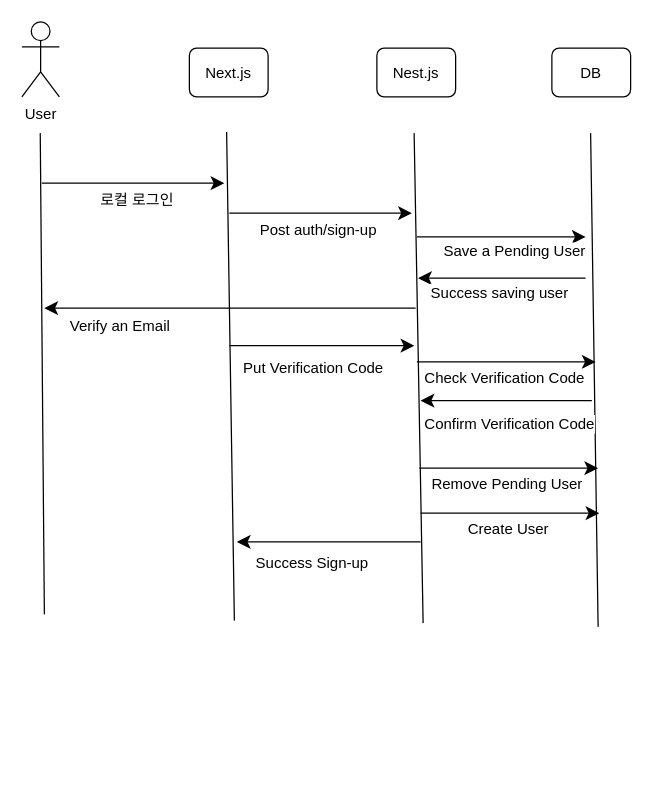
DOforTU/tulog-server keeps this draw.io diagram as docs/architecture/local_login.drawio. Above is the earlier version. Source tidied: cells renumbered, new cells numbered last; positions are measured from the earlier drawing's top-left corner, leaving out a move shared by most shapes. Both pictures are drawn from the tidied source at 125%, with x=0, y=0 at pixel (21, 21).
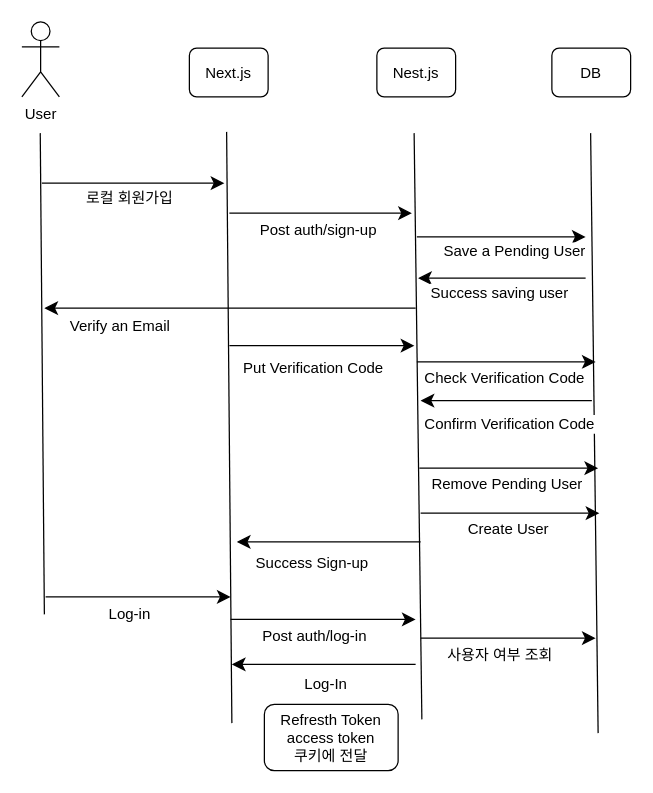
The same diagram, later.

The change refers to these unchanged cells:
```xml
<mxCell id="8" style="endArrow=classic;html=1;rounded=0;fontSize=12;startSize=8;endSize=8;curved=1;" parent="1" edge="1">
  <mxGeometry relative="1" as="geometry">
    <mxPoint x="16" y="129" as="sourcePoint" />
    <mxPoint x="162" y="129" as="targetPoint" />
  </mxGeometry>
</mxCell>
```

The edit, as a diff of the source:
```diff
@@
     <mxCell id="6" style="endArrow=none;html=1;rounded=0;fontSize=12;startSize=8;endSize=8;curved=1;" parent="1" edge="1">
       <mxGeometry relative="1" as="geometry">
-        <mxPoint x="170" y="479" as="sourcePoint" />
+        <mxPoint x="168" y="561" as="sourcePoint" />
         <mxPoint x="163.8" y="88" as="targetPoint" />
       </mxGeometry>
     </mxCell>
     <mxCell id="7" style="endArrow=none;html=1;rounded=0;fontSize=12;startSize=8;endSize=8;curved=1;" parent="1" edge="1">
       <mxGeometry relative="1" as="geometry">
-        <mxPoint x="321" y="481" as="sourcePoint" />
+        <mxPoint x="320" y="558" as="sourcePoint" />
         <mxPoint x="313.8" y="89" as="targetPoint" />
       </mxGeometry>
     </mxCell>
@@
-    <mxCell id="9" value="로컬 로그인" style="edgeLabel;html=1;align=center;verticalAlign=middle;fontSize=12;" parent="8" vertex="1">
-      <mxGeometry x="0.12" y="-3" relative="1" as="geometry">
-        <mxPoint x="-7" y="10" as="offset" />
-      </mxGeometry>
-    </mxCell>
+    <mxCell id="32" value="로컬 회원가입" style="edgeLabel;html=1;align=center;verticalAlign=middle;fontSize=12;" parent="8" vertex="1">
+      <mxGeometry x="-0.26" relative="1" as="geometry">
+        <mxPoint x="15" y="11" as="offset" />
+      </mxGeometry>
+    </mxCell>
@@
     <mxCell id="15" style="endArrow=none;html=1;rounded=0;fontSize=12;startSize=8;endSize=8;curved=1;" parent="1" edge="1">
       <mxGeometry relative="1" as="geometry">
-        <mxPoint x="461" y="484" as="sourcePoint" />
+        <mxPoint x="461" y="569" as="sourcePoint" />
         <mxPoint x="455" y="89" as="targetPoint" />
       </mxGeometry>
     </mxCell>
@@
+    <mxCell id="33" style="endArrow=classic;html=1;rounded=0;fontSize=12;startSize=8;endSize=8;curved=1;" parent="1" edge="1">
+      <mxGeometry relative="1" as="geometry">
+        <mxPoint x="19" y="460" as="sourcePoint" />
+        <mxPoint x="167" y="460" as="targetPoint" />
+      </mxGeometry>
+    </mxCell>
+    <mxCell id="34" value="Log-in" style="edgeLabel;html=1;align=center;verticalAlign=middle;fontSize=12;" parent="33" vertex="1">
+      <mxGeometry x="-0.45" y="-3" relative="1" as="geometry">
+        <mxPoint x="25" y="10" as="offset" />
+      </mxGeometry>
+    </mxCell>
+    <mxCell id="35" style="endArrow=classic;html=1;rounded=0;fontSize=12;startSize=8;endSize=8;curved=1;" parent="1" edge="1">
+      <mxGeometry relative="1" as="geometry">
+        <mxPoint x="167" y="478" as="sourcePoint" />
+        <mxPoint x="315" y="478" as="targetPoint" />
+      </mxGeometry>
+    </mxCell>
+    <mxCell id="36" value="Post auth/log-in" style="edgeLabel;html=1;align=center;verticalAlign=middle;fontSize=12;" parent="35" vertex="1">
+      <mxGeometry x="-0.45" y="-3" relative="1" as="geometry">
+        <mxPoint x="25" y="10" as="offset" />
+      </mxGeometry>
+    </mxCell>
+    <mxCell id="37" value="Refresth Token&lt;div&gt;access token&lt;/div&gt;&lt;div&gt;쿠키에 전달&lt;/div&gt;" style="rounded=1;whiteSpace=wrap;html=1;" parent="1" vertex="1">
+      <mxGeometry x="194" y="546" width="107" height="53" as="geometry" />
+    </mxCell>
+    <mxCell id="38" style="endArrow=classic;html=1;rounded=0;fontSize=12;startSize=8;endSize=8;curved=1;" parent="1" edge="1">
+      <mxGeometry relative="1" as="geometry">
+        <mxPoint x="315" y="514" as="sourcePoint" />
+        <mxPoint x="168" y="514" as="targetPoint" />
+      </mxGeometry>
+    </mxCell>
+    <mxCell id="39" value="Log-In" style="edgeLabel;html=1;align=center;verticalAlign=middle;fontSize=12;" parent="38" vertex="1">
+      <mxGeometry x="-0.45" y="-3" relative="1" as="geometry">
+        <mxPoint x="-33" y="18" as="offset" />
+      </mxGeometry>
+    </mxCell>
+    <mxCell id="40" style="endArrow=classic;html=1;rounded=0;fontSize=12;startSize=8;endSize=8;curved=1;" parent="1" edge="1">
+      <mxGeometry relative="1" as="geometry">
+        <mxPoint x="319" y="493" as="sourcePoint" />
+        <mxPoint x="459" y="493" as="targetPoint" />
+      </mxGeometry>
+    </mxCell>
+    <mxCell id="41" value="사용자 여부 조회&amp;nbsp;" style="edgeLabel;html=1;align=center;verticalAlign=middle;fontSize=12;" parent="40" vertex="1">
+      <mxGeometry x="-0.45" y="-3" relative="1" as="geometry">
+        <mxPoint x="25" y="10" as="offset" />
+      </mxGeometry>
+    </mxCell>
```
